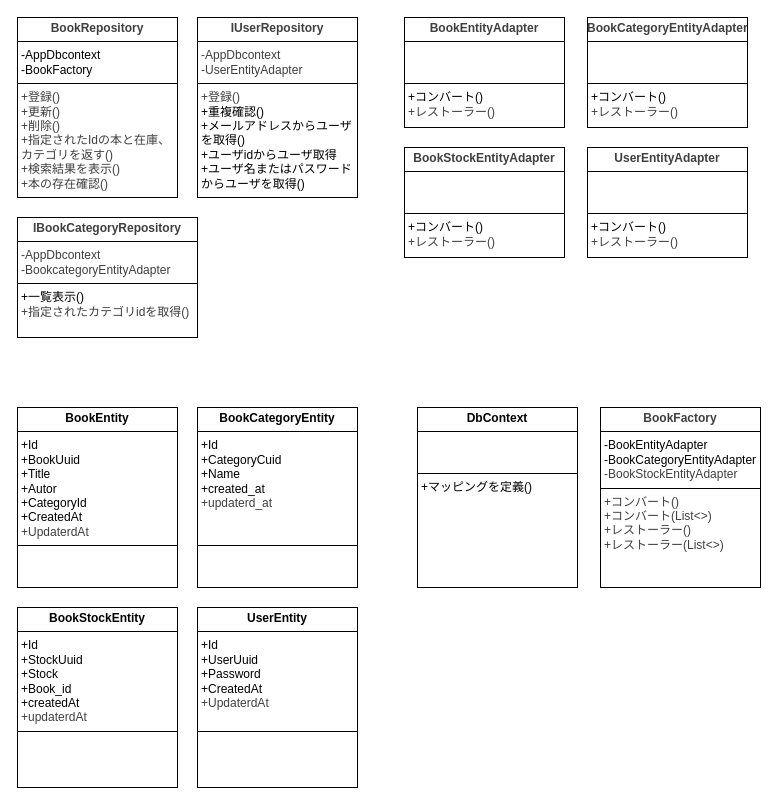
This is page "Infrastructure" (5 of 5) of ClassDiagram/LibrartAPI_ClassDiagram.dio from yo-watanabe47/LIBRARYAPI, a draw.io file, before an edit. Source tidied: cells renumbered, new cells numbered last; positions are measured from the earlier drawing's top-left corner, leaving out a move shared by most shapes. Both pictures are drawn from the tidied source at 100%, with x=0, y=0 at pixel (17, 17).
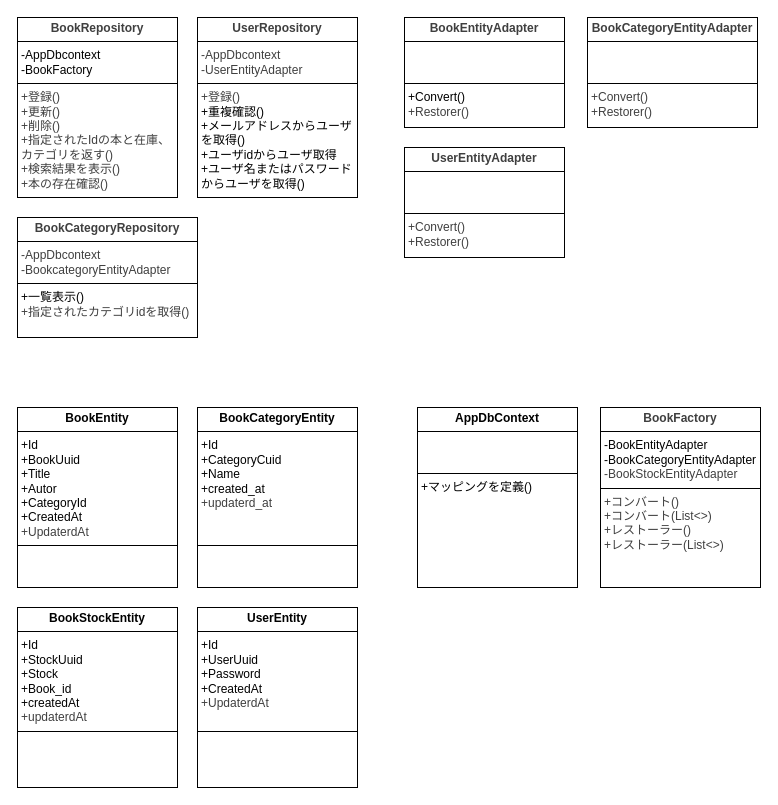
The same diagram, later.

The edit, as a diff of the source:
```diff
@@
 <mxGraphModel>
   <root>
     <mxCell id="0" />
     <mxCell id="1" parent="0" />
     <mxCell id="2" value="&lt;p style=&quot;margin:0px;margin-top:4px;text-align:center;&quot;&gt;&lt;b&gt;BookEntity&lt;/b&gt;&lt;/p&gt;&lt;hr size=&quot;1&quot; style=&quot;border-style:solid;&quot;&gt;&lt;p style=&quot;margin:0px;margin-left:4px;&quot;&gt;+Id&lt;/p&gt;&lt;p style=&quot;margin:0px;margin-left:4px;&quot;&gt;+BookUuid&lt;/p&gt;&lt;p style=&quot;margin:0px;margin-left:4px;&quot;&gt;+Title&lt;/p&gt;&lt;p style=&quot;margin:0px;margin-left:4px;&quot;&gt;+Autor&lt;/p&gt;&lt;p style=&quot;margin:0px;margin-left:4px;&quot;&gt;+CategoryId&lt;/p&gt;&lt;p style=&quot;margin:0px;margin-left:4px;&quot;&gt;+CreatedAt&lt;/p&gt;&lt;p style=&quot;margin:0px;margin-left:4px;&quot;&gt;&lt;span style=&quot;color: rgb(63, 63, 63);&quot;&gt;+UpdaterdAt&lt;/span&gt;&lt;/p&gt;&lt;hr size=&quot;1&quot; style=&quot;border-style:solid;&quot;&gt;&lt;p style=&quot;margin:0px;margin-left:4px;&quot;&gt;&lt;br&gt;&lt;/p&gt;" style="verticalAlign=top;align=left;overflow=fill;html=1;whiteSpace=wrap;" parent="1" vertex="1">
       <mxGeometry y="390" width="160" height="180" as="geometry" />
     </mxCell>
     <mxCell id="3" value="&lt;p style=&quot;margin:0px;margin-top:4px;text-align:center;&quot;&gt;&lt;b style=&quot;color: rgb(63, 63, 63); background-color: transparent;&quot;&gt;BookFactory&lt;/b&gt;&lt;/p&gt;&lt;hr size=&quot;1&quot; style=&quot;border-style:solid;&quot;&gt;&lt;p style=&quot;margin:0px;margin-left:4px;&quot;&gt;-BookEntityAdapter&lt;/p&gt;&lt;p style=&quot;margin:0px;margin-left:4px;&quot;&gt;-BookCategoryEntityAdapter&lt;/p&gt;&lt;p style=&quot;margin:0px;margin-left:4px;&quot;&gt;&lt;span style=&quot;color: rgb(63, 63, 63);&quot;&gt;-BookStockEntityAdapter&lt;/span&gt;&lt;/p&gt;&lt;hr size=&quot;1&quot; style=&quot;border-style:solid;&quot;&gt;&lt;p style=&quot;margin:0px;margin-left:4px;&quot;&gt;&lt;span style=&quot;color: rgb(63, 63, 63); background-color: transparent;&quot;&gt;+コンバート()&lt;/span&gt;&lt;/p&gt;&lt;p style=&quot;margin:0px;margin-left:4px;&quot;&gt;&lt;span style=&quot;color: rgb(63, 63, 63); background-color: transparent;&quot;&gt;+コンバート(List&amp;lt;&amp;gt;)&lt;/span&gt;&lt;/p&gt;&lt;p style=&quot;margin:0px;margin-left:4px;&quot;&gt;&lt;span style=&quot;color: rgb(63, 63, 63); background-color: transparent;&quot;&gt;+レストーラー()&lt;/span&gt;&lt;/p&gt;&lt;p style=&quot;margin:0px;margin-left:4px;&quot;&gt;&lt;span style=&quot;color: rgb(63, 63, 63); background-color: transparent;&quot;&gt;+レストーラー(List&amp;lt;&amp;gt;)&lt;/span&gt;&lt;/p&gt;" style="verticalAlign=top;align=left;overflow=fill;html=1;whiteSpace=wrap;" parent="1" vertex="1">
       <mxGeometry x="583" y="390" width="160" height="180" as="geometry" />
     </mxCell>
-    <mxCell id="4" value="&lt;p style=&quot;margin:0px;margin-top:4px;text-align:center;&quot;&gt;&lt;b style=&quot;color: rgb(63, 63, 63); background-color: transparent;&quot;&gt;BookEntityAdapter&lt;/b&gt;&lt;/p&gt;&lt;hr size=&quot;1&quot; style=&quot;border-style:solid;&quot;&gt;&lt;p style=&quot;margin:0px;margin-left:4px;&quot;&gt;&lt;br&gt;&lt;/p&gt;&lt;p style=&quot;margin:0px;margin-left:4px;&quot;&gt;&lt;br&gt;&lt;/p&gt;&lt;hr size=&quot;1&quot; style=&quot;border-style:solid;&quot;&gt;&lt;p style=&quot;margin:0px;margin-left:4px;&quot;&gt;&lt;span style=&quot;background-color: transparent;&quot;&gt;+コンバート()&lt;/span&gt;&lt;/p&gt;&lt;p style=&quot;margin:0px;margin-left:4px;&quot;&gt;&lt;span style=&quot;color: rgb(63, 63, 63); background-color: transparent;&quot;&gt;+レストーラー()&lt;/span&gt;&lt;/p&gt;" style="verticalAlign=top;align=left;overflow=fill;html=1;whiteSpace=wrap;" parent="1" vertex="1">
+    <mxCell id="4" value="&lt;p style=&quot;margin:0px;margin-top:4px;text-align:center;&quot;&gt;&lt;b style=&quot;color: rgb(63, 63, 63); background-color: transparent;&quot;&gt;BookEntityAdapter&lt;/b&gt;&lt;/p&gt;&lt;hr size=&quot;1&quot; style=&quot;border-style:solid;&quot;&gt;&lt;p style=&quot;margin:0px;margin-left:4px;&quot;&gt;&lt;br&gt;&lt;/p&gt;&lt;p style=&quot;margin:0px;margin-left:4px;&quot;&gt;&lt;br&gt;&lt;/p&gt;&lt;hr size=&quot;1&quot; style=&quot;border-style:solid;&quot;&gt;&lt;p style=&quot;margin:0px;margin-left:4px;&quot;&gt;&lt;span style=&quot;background-color: transparent;&quot;&gt;+Convert()&lt;/span&gt;&lt;/p&gt;&lt;p style=&quot;color: rgb(63, 63, 63); scrollbar-color: rgb(226, 226, 226) rgb(251, 251, 251); margin: 0px 0px 0px 4px;&quot;&gt;&lt;span style=&quot;color: rgb(63, 63, 63); scrollbar-color: rgb(226, 226, 226) rgb(251, 251, 251); background-color: transparent;&quot;&gt;+Restorer()&lt;/span&gt;&lt;/p&gt;&lt;div&gt;&lt;span style=&quot;color: rgb(63, 63, 63); scrollbar-color: rgb(226, 226, 226) rgb(251, 251, 251); background-color: transparent;&quot;&gt;&lt;br&gt;&lt;/span&gt;&lt;/div&gt;" style="verticalAlign=top;align=left;overflow=fill;html=1;whiteSpace=wrap;" parent="1" vertex="1">
       <mxGeometry x="387" width="160" height="110" as="geometry" />
     </mxCell>
     <mxCell id="5" value="&lt;p style=&quot;margin:0px;margin-top:4px;text-align:center;&quot;&gt;&lt;b&gt;BookCategoryEntity&lt;/b&gt;&lt;/p&gt;&lt;hr size=&quot;1&quot; style=&quot;border-style:solid;&quot;&gt;&lt;p style=&quot;margin:0px;margin-left:4px;&quot;&gt;+Id&lt;/p&gt;&lt;p style=&quot;margin:0px;margin-left:4px;&quot;&gt;+CategoryCuid&lt;/p&gt;&lt;p style=&quot;margin:0px;margin-left:4px;&quot;&gt;+Name&lt;/p&gt;&lt;p style=&quot;margin:0px;margin-left:4px;&quot;&gt;+created_at&lt;/p&gt;&lt;p style=&quot;margin:0px;margin-left:4px;&quot;&gt;&lt;span style=&quot;color: rgb(63, 63, 63);&quot;&gt;+updaterd_at&lt;/span&gt;&lt;/p&gt;&lt;p style=&quot;margin:0px;margin-left:4px;&quot;&gt;&lt;span style=&quot;color: rgb(63, 63, 63);&quot;&gt;&lt;br&gt;&lt;/span&gt;&lt;/p&gt;&lt;p style=&quot;margin:0px;margin-left:4px;&quot;&gt;&lt;span style=&quot;color: rgb(63, 63, 63);&quot;&gt;&lt;br&gt;&lt;/span&gt;&lt;/p&gt;&lt;hr size=&quot;1&quot; style=&quot;border-style:solid;&quot;&gt;&lt;p style=&quot;margin:0px;margin-left:4px;&quot;&gt;&lt;br&gt;&lt;/p&gt;" style="verticalAlign=top;align=left;overflow=fill;html=1;whiteSpace=wrap;" parent="1" vertex="1">
       <mxGeometry x="180" y="390" width="160" height="180" as="geometry" />
     </mxCell>
-    <mxCell id="6" value="&lt;p style=&quot;margin:0px;margin-top:4px;text-align:center;&quot;&gt;&lt;b&gt;DbContext&lt;/b&gt;&lt;/p&gt;&lt;hr size=&quot;1&quot; style=&quot;border-style:solid;&quot;&gt;&lt;p style=&quot;margin:0px;margin-left:4px;&quot;&gt;&lt;br&gt;&lt;/p&gt;&lt;p style=&quot;margin:0px;margin-left:4px;&quot;&gt;&lt;br&gt;&lt;/p&gt;&lt;hr size=&quot;1&quot; style=&quot;border-style:solid;&quot;&gt;&lt;p style=&quot;margin:0px;margin-left:4px;&quot;&gt;+マッピングを定義()&lt;/p&gt;" style="verticalAlign=top;align=left;overflow=fill;html=1;whiteSpace=wrap;" parent="1" vertex="1">
+    <mxCell id="6" value="&lt;p style=&quot;margin:0px;margin-top:4px;text-align:center;&quot;&gt;&lt;b&gt;AppDbContext&lt;/b&gt;&lt;/p&gt;&lt;hr size=&quot;1&quot; style=&quot;border-style:solid;&quot;&gt;&lt;p style=&quot;margin:0px;margin-left:4px;&quot;&gt;&lt;br&gt;&lt;/p&gt;&lt;p style=&quot;margin:0px;margin-left:4px;&quot;&gt;&lt;br&gt;&lt;/p&gt;&lt;hr size=&quot;1&quot; style=&quot;border-style:solid;&quot;&gt;&lt;p style=&quot;margin:0px;margin-left:4px;&quot;&gt;+マッピングを定義()&lt;/p&gt;" style="verticalAlign=top;align=left;overflow=fill;html=1;whiteSpace=wrap;" parent="1" vertex="1">
       <mxGeometry x="400" y="390" width="160" height="180" as="geometry" />
     </mxCell>
     <mxCell id="7" value="&lt;p style=&quot;margin:0px;margin-top:4px;text-align:center;&quot;&gt;&lt;b style=&quot;color: rgb(63, 63, 63); background-color: transparent;&quot;&gt;BookRepository&lt;/b&gt;&lt;/p&gt;&lt;hr size=&quot;1&quot; style=&quot;border-style:solid;&quot;&gt;&lt;p style=&quot;margin:0px;margin-left:4px;&quot;&gt;-AppDbcontext&lt;/p&gt;&lt;p style=&quot;margin:0px;margin-left:4px;&quot;&gt;-BookFactory&lt;/p&gt;&lt;hr size=&quot;1&quot; style=&quot;border-style:solid;&quot;&gt;&lt;p style=&quot;margin:0px;margin-left:4px;&quot;&gt;&lt;span style=&quot;color: rgb(63, 63, 63); background-color: transparent;&quot;&gt;+登録()&lt;/span&gt;&lt;/p&gt;&lt;p style=&quot;margin:0px;margin-left:4px;&quot;&gt;&lt;span style=&quot;color: rgb(63, 63, 63); background-color: transparent;&quot;&gt;+更新()&lt;/span&gt;&lt;/p&gt;&lt;p style=&quot;margin:0px;margin-left:4px;&quot;&gt;&lt;span style=&quot;color: rgb(63, 63, 63); background-color: transparent;&quot;&gt;+削除()&lt;br&gt;&lt;span style=&quot;color: rgb(63, 63, 63);&quot;&gt;+指定されたIdの本と在庫、カテゴリを返す()&lt;/span&gt;&lt;/span&gt;&lt;/p&gt;&lt;p style=&quot;margin:0px;margin-left:4px;&quot;&gt;&lt;span style=&quot;color: rgb(63, 63, 63); background-color: transparent;&quot;&gt;+検索結果を表示()&lt;/span&gt;&lt;/p&gt;&lt;p style=&quot;margin:0px;margin-left:4px;&quot;&gt;&lt;span style=&quot;color: rgb(63, 63, 63); background-color: transparent;&quot;&gt;+本の存在確認()&lt;/span&gt;&lt;/p&gt;" style="verticalAlign=top;align=left;overflow=fill;html=1;whiteSpace=wrap;" parent="1" vertex="1">
       <mxGeometry width="160" height="180" as="geometry" />
     </mxCell>
     <mxCell id="8" value="&lt;p style=&quot;margin:0px;margin-top:4px;text-align:center;&quot;&gt;&lt;b&gt;BookStockEntity&lt;/b&gt;&lt;/p&gt;&lt;hr size=&quot;1&quot; style=&quot;border-style:solid;&quot;&gt;&lt;p style=&quot;margin:0px;margin-left:4px;&quot;&gt;+Id&lt;/p&gt;&lt;p style=&quot;margin:0px;margin-left:4px;&quot;&gt;+StockUuid&lt;/p&gt;&lt;p style=&quot;margin:0px;margin-left:4px;&quot;&gt;+Stock&lt;/p&gt;&lt;p style=&quot;margin:0px;margin-left:4px;&quot;&gt;+Book_id&lt;/p&gt;&lt;p style=&quot;margin:0px;margin-left:4px;&quot;&gt;+createdAt&lt;/p&gt;&lt;p style=&quot;margin:0px;margin-left:4px;&quot;&gt;&lt;span style=&quot;color: rgb(63, 63, 63);&quot;&gt;+updaterdAt&lt;/span&gt;&lt;/p&gt;&lt;hr size=&quot;1&quot; style=&quot;border-style:solid;&quot;&gt;&lt;p style=&quot;margin:0px;margin-left:4px;&quot;&gt;&lt;br&gt;&lt;/p&gt;" style="verticalAlign=top;align=left;overflow=fill;html=1;whiteSpace=wrap;" parent="1" vertex="1">
       <mxGeometry y="590" width="160" height="180" as="geometry" />
     </mxCell>
     <mxCell id="9" value="&lt;p style=&quot;margin:0px;margin-top:4px;text-align:center;&quot;&gt;&lt;b&gt;UserEntity&lt;/b&gt;&lt;/p&gt;&lt;hr size=&quot;1&quot; style=&quot;border-style:solid;&quot;&gt;&lt;p style=&quot;margin:0px;margin-left:4px;&quot;&gt;+Id&lt;/p&gt;&lt;p style=&quot;margin:0px;margin-left:4px;&quot;&gt;+UserUuid&lt;/p&gt;&lt;p style=&quot;margin:0px;margin-left:4px;&quot;&gt;+Password&lt;/p&gt;&lt;p style=&quot;margin:0px;margin-left:4px;&quot;&gt;+CreatedAt&lt;/p&gt;&lt;p style=&quot;margin:0px;margin-left:4px;&quot;&gt;&lt;span style=&quot;color: rgb(63, 63, 63);&quot;&gt;+UpdaterdAt&lt;/span&gt;&lt;/p&gt;&lt;p style=&quot;margin:0px;margin-left:4px;&quot;&gt;&lt;span style=&quot;color: rgb(63, 63, 63);&quot;&gt;&lt;br&gt;&lt;/span&gt;&lt;/p&gt;&lt;hr size=&quot;1&quot; style=&quot;border-style:solid;&quot;&gt;&lt;p style=&quot;margin:0px;margin-left:4px;&quot;&gt;&lt;br&gt;&lt;/p&gt;" style="verticalAlign=top;align=left;overflow=fill;html=1;whiteSpace=wrap;" parent="1" vertex="1">
       <mxGeometry x="180" y="590" width="160" height="180" as="geometry" />
     </mxCell>
-    <mxCell id="10" value="&lt;p style=&quot;margin:0px;margin-top:4px;text-align:center;&quot;&gt;&lt;b style=&quot;color: rgb(63, 63, 63); background-color: transparent;&quot;&gt;BookCategoryEntityAdapter&lt;/b&gt;&lt;/p&gt;&lt;hr size=&quot;1&quot; style=&quot;border-style:solid;&quot;&gt;&lt;p style=&quot;margin:0px;margin-left:4px;&quot;&gt;&lt;br&gt;&lt;/p&gt;&lt;p style=&quot;margin:0px;margin-left:4px;&quot;&gt;&lt;br&gt;&lt;/p&gt;&lt;hr size=&quot;1&quot; style=&quot;border-style:solid;&quot;&gt;&lt;p style=&quot;margin:0px;margin-left:4px;&quot;&gt;&lt;span style=&quot;background-color: transparent;&quot;&gt;+コンバート()&lt;/span&gt;&lt;/p&gt;&lt;p style=&quot;margin:0px;margin-left:4px;&quot;&gt;&lt;span style=&quot;color: rgb(63, 63, 63); background-color: transparent;&quot;&gt;+レストーラー()&lt;/span&gt;&lt;/p&gt;" style="verticalAlign=top;align=left;overflow=fill;html=1;whiteSpace=wrap;" parent="1" vertex="1">
-      <mxGeometry x="570" width="160" height="110" as="geometry" />
+    <mxCell id="10" value="&lt;p style=&quot;margin:0px;margin-top:4px;text-align:center;&quot;&gt;&lt;b style=&quot;color: rgb(63, 63, 63); background-color: transparent;&quot;&gt;BookCategoryEntityAdapter&lt;/b&gt;&lt;/p&gt;&lt;hr size=&quot;1&quot; style=&quot;border-style:solid;&quot;&gt;&lt;p style=&quot;margin:0px;margin-left:4px;&quot;&gt;&lt;br&gt;&lt;/p&gt;&lt;p style=&quot;margin:0px;margin-left:4px;&quot;&gt;&lt;br&gt;&lt;/p&gt;&lt;hr size=&quot;1&quot; style=&quot;border-style:solid;&quot;&gt;&lt;p style=&quot;color: rgb(63, 63, 63); scrollbar-color: rgb(226, 226, 226) rgb(251, 251, 251); margin: 0px 0px 0px 4px;&quot;&gt;&lt;span style=&quot;color: rgb(63, 63, 63); scrollbar-color: rgb(226, 226, 226) rgb(251, 251, 251); background-color: transparent;&quot;&gt;+Convert()&lt;/span&gt;&lt;/p&gt;&lt;p style=&quot;scrollbar-color: rgb(226, 226, 226) rgb(251, 251, 251); margin: 0px 0px 0px 4px; color: rgb(63, 63, 63);&quot;&gt;&lt;span style=&quot;scrollbar-color: rgb(226, 226, 226) rgb(251, 251, 251); background-color: transparent; color: rgb(63, 63, 63);&quot;&gt;+Restorer()&lt;/span&gt;&lt;/p&gt;" style="verticalAlign=top;align=left;overflow=fill;html=1;whiteSpace=wrap;" parent="1" vertex="1">
+      <mxGeometry x="570" width="170" height="110" as="geometry" />
     </mxCell>
-    <mxCell id="11" value="&lt;p style=&quot;margin:0px;margin-top:4px;text-align:center;&quot;&gt;&lt;b style=&quot;color: rgb(63, 63, 63); background-color: transparent;&quot;&gt;BookStockEntityAdapter&lt;/b&gt;&lt;/p&gt;&lt;hr size=&quot;1&quot; style=&quot;border-style:solid;&quot;&gt;&lt;p style=&quot;margin:0px;margin-left:4px;&quot;&gt;&lt;br&gt;&lt;/p&gt;&lt;p style=&quot;margin:0px;margin-left:4px;&quot;&gt;&lt;br&gt;&lt;/p&gt;&lt;hr size=&quot;1&quot; style=&quot;border-style:solid;&quot;&gt;&lt;p style=&quot;margin:0px;margin-left:4px;&quot;&gt;&lt;span style=&quot;background-color: transparent;&quot;&gt;+コンバート()&lt;/span&gt;&lt;/p&gt;&lt;p style=&quot;margin:0px;margin-left:4px;&quot;&gt;&lt;span style=&quot;color: rgb(63, 63, 63); background-color: transparent;&quot;&gt;+レストーラー()&lt;/span&gt;&lt;/p&gt;" style="verticalAlign=top;align=left;overflow=fill;html=1;whiteSpace=wrap;" parent="1" vertex="1">
-      <mxGeometry x="387" y="130" width="160" height="110" as="geometry" />
-    </mxCell>
-    <mxCell id="12" value="&lt;p style=&quot;margin:0px;margin-top:4px;text-align:center;&quot;&gt;&lt;b style=&quot;color: rgb(63, 63, 63); background-color: transparent;&quot;&gt;UserEntityAdapter&lt;/b&gt;&lt;/p&gt;&lt;hr size=&quot;1&quot; style=&quot;border-style:solid;&quot;&gt;&lt;p style=&quot;margin:0px;margin-left:4px;&quot;&gt;&lt;br&gt;&lt;/p&gt;&lt;p style=&quot;margin:0px;margin-left:4px;&quot;&gt;&lt;br&gt;&lt;/p&gt;&lt;hr size=&quot;1&quot; style=&quot;border-style:solid;&quot;&gt;&lt;p style=&quot;margin:0px;margin-left:4px;&quot;&gt;&lt;span style=&quot;background-color: transparent;&quot;&gt;+コンバート()&lt;/span&gt;&lt;/p&gt;&lt;p style=&quot;margin:0px;margin-left:4px;&quot;&gt;&lt;span style=&quot;color: rgb(63, 63, 63); background-color: transparent;&quot;&gt;+レストーラー()&lt;/span&gt;&lt;/p&gt;" style="verticalAlign=top;align=left;overflow=fill;html=1;whiteSpace=wrap;" parent="1" vertex="1">
-      <mxGeometry x="570" y="130" width="160" height="110" as="geometry" />
+    <mxCell id="12" value="&lt;p style=&quot;margin:0px;margin-top:4px;text-align:center;&quot;&gt;&lt;b style=&quot;color: rgb(63, 63, 63); background-color: transparent;&quot;&gt;UserEntityAdapter&lt;/b&gt;&lt;/p&gt;&lt;hr size=&quot;1&quot; style=&quot;border-style:solid;&quot;&gt;&lt;p style=&quot;margin:0px;margin-left:4px;&quot;&gt;&lt;br&gt;&lt;/p&gt;&lt;p style=&quot;margin:0px;margin-left:4px;&quot;&gt;&lt;br&gt;&lt;/p&gt;&lt;hr size=&quot;1&quot; style=&quot;border-style:solid;&quot;&gt;&lt;p style=&quot;color: rgb(63, 63, 63); scrollbar-color: rgb(226, 226, 226) rgb(251, 251, 251); margin: 0px 0px 0px 4px;&quot;&gt;&lt;span style=&quot;color: rgb(63, 63, 63); scrollbar-color: rgb(226, 226, 226) rgb(251, 251, 251); background-color: transparent;&quot;&gt;+Convert()&lt;/span&gt;&lt;/p&gt;&lt;p style=&quot;scrollbar-color: rgb(226, 226, 226) rgb(251, 251, 251); margin: 0px 0px 0px 4px; color: rgb(63, 63, 63);&quot;&gt;&lt;span style=&quot;scrollbar-color: rgb(226, 226, 226) rgb(251, 251, 251); background-color: transparent; color: rgb(63, 63, 63);&quot;&gt;+Restorer()&lt;/span&gt;&lt;/p&gt;" style="verticalAlign=top;align=left;overflow=fill;html=1;whiteSpace=wrap;" parent="1" vertex="1">
+      <mxGeometry x="387" y="130" width="160" height="110" as="geometry" />
     </mxCell>
-    <mxCell id="13" value="&lt;p style=&quot;margin:0px;margin-top:4px;text-align:center;&quot;&gt;&lt;b style=&quot;color: rgb(63, 63, 63); background-color: transparent;&quot;&gt;IBookCategoryRepository&lt;/b&gt;&lt;/p&gt;&lt;hr size=&quot;1&quot; style=&quot;border-style:solid;&quot;&gt;&lt;p style=&quot;color: rgb(63, 63, 63); scrollbar-color: rgb(226, 226, 226) rgb(251, 251, 251); margin: 0px 0px 0px 4px;&quot;&gt;-AppDbcontext&lt;/p&gt;&lt;p style=&quot;color: rgb(63, 63, 63); scrollbar-color: rgb(226, 226, 226) rgb(251, 251, 251); margin: 0px 0px 0px 4px;&quot;&gt;-BookcategoryEntityAdapter&lt;/p&gt;&lt;hr size=&quot;1&quot; style=&quot;border-style:solid;&quot;&gt;&lt;p style=&quot;margin:0px;margin-left:4px;&quot;&gt;&lt;span style=&quot;background-color: transparent;&quot;&gt;+一覧表示()&lt;/span&gt;&lt;/p&gt;&lt;p style=&quot;margin:0px;margin-left:4px;&quot;&gt;&lt;span style=&quot;color: rgb(63, 63, 63); background-color: transparent;&quot;&gt;+指定されたカテゴリidを取得()&lt;/span&gt;&lt;/p&gt;" style="verticalAlign=top;align=left;overflow=fill;html=1;whiteSpace=wrap;" parent="1" vertex="1">
+    <mxCell id="13" value="&lt;p style=&quot;margin:0px;margin-top:4px;text-align:center;&quot;&gt;&lt;b style=&quot;color: rgb(63, 63, 63); background-color: transparent;&quot;&gt;BookCategoryRepository&lt;/b&gt;&lt;/p&gt;&lt;hr size=&quot;1&quot; style=&quot;border-style:solid;&quot;&gt;&lt;p style=&quot;color: rgb(63, 63, 63); scrollbar-color: rgb(226, 226, 226) rgb(251, 251, 251); margin: 0px 0px 0px 4px;&quot;&gt;-AppDbcontext&lt;/p&gt;&lt;p style=&quot;color: rgb(63, 63, 63); scrollbar-color: rgb(226, 226, 226) rgb(251, 251, 251); margin: 0px 0px 0px 4px;&quot;&gt;-BookcategoryEntityAdapter&lt;/p&gt;&lt;hr size=&quot;1&quot; style=&quot;border-style:solid;&quot;&gt;&lt;p style=&quot;margin:0px;margin-left:4px;&quot;&gt;&lt;span style=&quot;background-color: transparent;&quot;&gt;+一覧表示()&lt;/span&gt;&lt;/p&gt;&lt;p style=&quot;margin:0px;margin-left:4px;&quot;&gt;&lt;span style=&quot;color: rgb(63, 63, 63); background-color: transparent;&quot;&gt;+指定されたカテゴリidを取得()&lt;/span&gt;&lt;/p&gt;" style="verticalAlign=top;align=left;overflow=fill;html=1;whiteSpace=wrap;" parent="1" vertex="1">
       <mxGeometry y="200" width="180" height="120" as="geometry" />
     </mxCell>
-    <mxCell id="14" value="&lt;p style=&quot;margin:0px;margin-top:4px;text-align:center;&quot;&gt;&lt;b style=&quot;color: rgb(63, 63, 63); background-color: transparent;&quot;&gt;IUserRepository&lt;/b&gt;&lt;/p&gt;&lt;hr size=&quot;1&quot; style=&quot;border-style:solid;&quot;&gt;&lt;p style=&quot;color: rgb(63, 63, 63); scrollbar-color: rgb(226, 226, 226) rgb(251, 251, 251); margin: 0px 0px 0px 4px;&quot;&gt;-AppDbcontext&lt;/p&gt;&lt;p style=&quot;color: rgb(63, 63, 63); scrollbar-color: rgb(226, 226, 226) rgb(251, 251, 251); margin: 0px 0px 0px 4px;&quot;&gt;-UserEntityAdapter&lt;/p&gt;&lt;hr size=&quot;1&quot; style=&quot;border-style:solid;&quot;&gt;&lt;p style=&quot;margin:0px;margin-left:4px;&quot;&gt;&lt;span style=&quot;color: rgb(63, 63, 63); background-color: transparent;&quot;&gt;+登録()&lt;/span&gt;&lt;/p&gt;&lt;p style=&quot;margin:0px;margin-left:4px;&quot;&gt;+重複確認()&lt;/p&gt;&lt;p style=&quot;margin:0px;margin-left:4px;&quot;&gt;+メールアドレスからユーザを取得()&lt;/p&gt;&lt;p style=&quot;margin:0px;margin-left:4px;&quot;&gt;+ユーザidからユーザ取得&lt;/p&gt;&lt;p style=&quot;margin:0px;margin-left:4px;&quot;&gt;+ユーザ名またはパスワードからユーザを取得()&lt;/p&gt;&lt;p style=&quot;margin:0px;margin-left:4px;&quot;&gt;&lt;br&gt;&lt;/p&gt;" style="verticalAlign=top;align=left;overflow=fill;html=1;whiteSpace=wrap;" parent="1" vertex="1">
+    <mxCell id="14" value="&lt;p style=&quot;margin:0px;margin-top:4px;text-align:center;&quot;&gt;&lt;b style=&quot;color: rgb(63, 63, 63); background-color: transparent;&quot;&gt;UserRepository&lt;/b&gt;&lt;/p&gt;&lt;hr size=&quot;1&quot; style=&quot;border-style:solid;&quot;&gt;&lt;p style=&quot;color: rgb(63, 63, 63); scrollbar-color: rgb(226, 226, 226) rgb(251, 251, 251); margin: 0px 0px 0px 4px;&quot;&gt;-AppDbcontext&lt;/p&gt;&lt;p style=&quot;color: rgb(63, 63, 63); scrollbar-color: rgb(226, 226, 226) rgb(251, 251, 251); margin: 0px 0px 0px 4px;&quot;&gt;-UserEntityAdapter&lt;/p&gt;&lt;hr size=&quot;1&quot; style=&quot;border-style:solid;&quot;&gt;&lt;p style=&quot;margin:0px;margin-left:4px;&quot;&gt;&lt;span style=&quot;color: rgb(63, 63, 63); background-color: transparent;&quot;&gt;+登録()&lt;/span&gt;&lt;/p&gt;&lt;p style=&quot;margin:0px;margin-left:4px;&quot;&gt;+重複確認()&lt;/p&gt;&lt;p style=&quot;margin:0px;margin-left:4px;&quot;&gt;+メールアドレスからユーザを取得()&lt;/p&gt;&lt;p style=&quot;margin:0px;margin-left:4px;&quot;&gt;+ユーザidからユーザ取得&lt;/p&gt;&lt;p style=&quot;margin:0px;margin-left:4px;&quot;&gt;+ユーザ名またはパスワードからユーザを取得()&lt;/p&gt;&lt;p style=&quot;margin:0px;margin-left:4px;&quot;&gt;&lt;br&gt;&lt;/p&gt;" style="verticalAlign=top;align=left;overflow=fill;html=1;whiteSpace=wrap;" parent="1" vertex="1">
       <mxGeometry x="180" width="160" height="180" as="geometry" />
     </mxCell>
   </root>
 </mxGraphModel>
```
